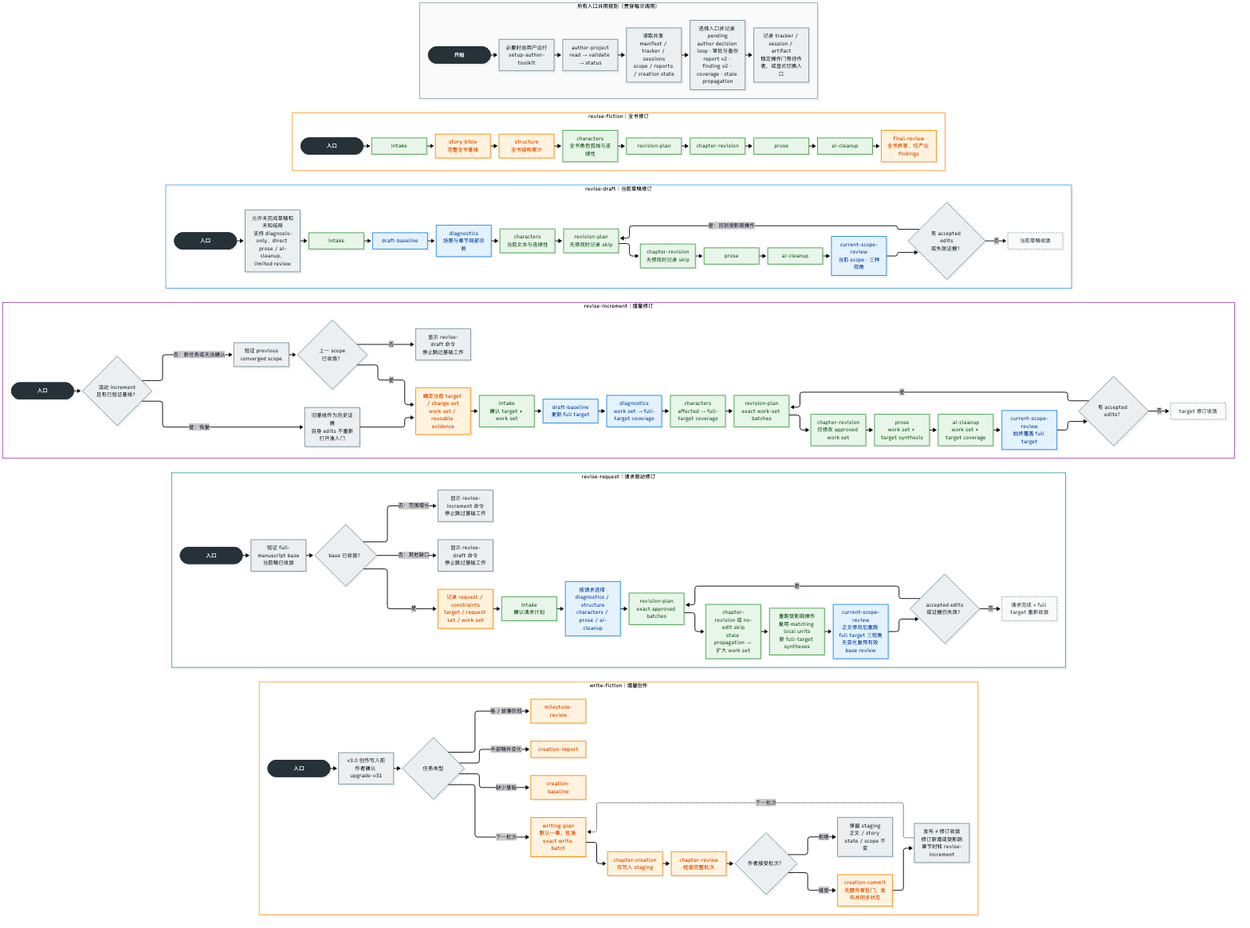
Above: docs/five-entry-flows.png in shengchen1998/author-toolkit (Mermaid), before the change. Its source is kept beside it as docs/five-entry-flows.mmd.
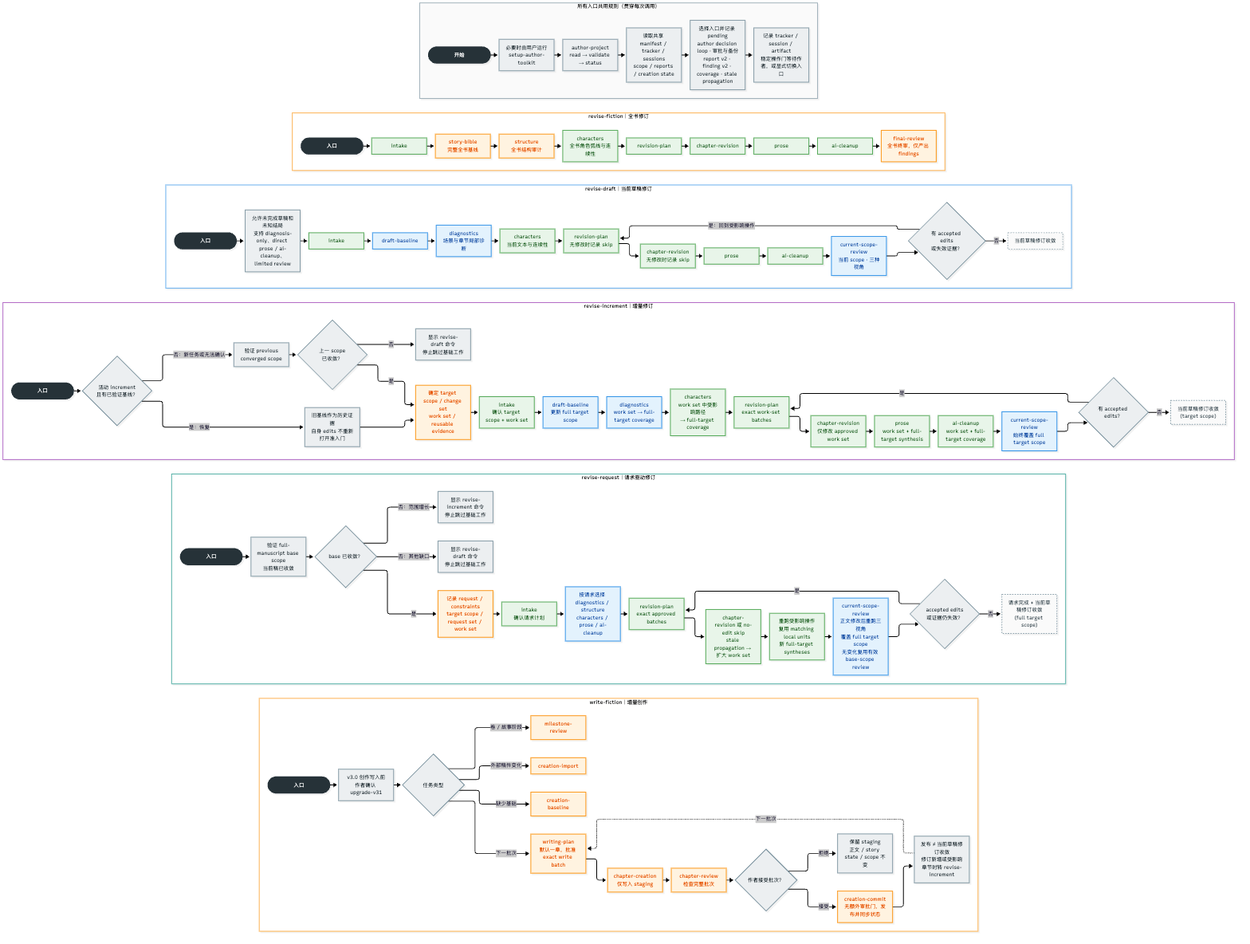
The same diagram one commit later.

Diff of the diagram source:
```diff
@@ -35,7 +35,7 @@
     RD8 --> RD9["current-scope-review<br/>当前 scope · 三种视角"]
     RD9 --> RDC{"有 accepted edits<br/>或失效证据？"}
     RDC -->|是：回到受影响操作| RD5
-    RDC -->|否| RDDONE["当前草稿收敛"]
+    RDC -->|否| RDDONE["当前草稿修订收敛"]
   end
 
   subgraph RI["revise-increment｜增量修订"]
@@ -46,37 +46,37 @@
     RISTATE -->|否：新任务或无法确认| RIV["验证 previous<br/>converged scope"]
     RIV --> RIBASE{"上一 scope<br/>已收敛？"}
     RIBASE -->|否| RISTOP["显示 revise-draft 命令<br/>停止跳过基础工作"]
-    RIBASE -->|是| RI1["确定当前 target / change set<br/>work set / reusable evidence"]
-    RI1 --> RI2["intake<br/>确认 target + work set"]
-    RI2 --> RI3["draft-baseline<br/>更新 full target"]
+    RIBASE -->|是| RI1["确定 target scope / change set<br/>work set / reusable evidence"]
+    RI1 --> RI2["intake<br/>确认 target scope + work set"]
+    RI2 --> RI3["draft-baseline<br/>更新 full target scope"]
     RI3 --> RI4["diagnostics<br/>work set → full-target coverage"]
-    RI4 --> RI5["characters<br/>affected → full-target coverage"]
+    RI4 --> RI5["characters<br/>work set 中受影响路径<br/>→ full-target coverage"]
     RI5 --> RI6["revision-plan<br/>exact work-set batches"]
     RI6 --> RI7["chapter-revision<br/>仅修改 approved work set"]
-    RI7 --> RI8["prose<br/>work set + target synthesis"]
-    RI8 --> RI9["ai-cleanup<br/>work set + target coverage"]
-    RI9 --> RI10["current-scope-review<br/>始终覆盖 full target"]
+    RI7 --> RI8["prose<br/>work set + full-target synthesis"]
+    RI8 --> RI9["ai-cleanup<br/>work set + full-target coverage"]
+    RI9 --> RI10["current-scope-review<br/>始终覆盖 full target scope"]
     RI10 --> RIC{"有 accepted edits？"}
     RIC -->|是| RI6
-    RIC -->|否| RIDONE["target 修订收敛"]
+    RIC -->|否| RIDONE["当前草稿修订收敛<br/>(target scope)"]
   end
 
   subgraph RR["revise-request｜请求驱动修订"]
     direction LR
-    RR0([入口]) --> RRV["验证 full-manuscript base<br/>当前稿已收敛"]
+    RR0([入口]) --> RRV["验证 full-manuscript base scope<br/>当前稿已收敛"]
     RRV --> RRBASE{"base 已收敛？"}
     RRBASE -->|否：范围增长| RRISTOP["显示 revise-increment 命令<br/>停止跳过基础工作"]
     RRBASE -->|否：其他缺口| RRDSTOP["显示 revise-draft 命令<br/>停止跳过基础工作"]
-    RRBASE -->|是| RR1["记录 request / constraints<br/>target / request set / work set"]
+    RRBASE -->|是| RR1["记录 request / constraints<br/>target scope / request set / work set"]
     RR1 --> RR2["intake<br/>确认请求计划"]
     RR2 --> RR3["按请求选择 diagnostics / structure<br/>characters / prose / ai-cleanup"]
     RR3 --> RR4["revision-plan<br/>exact approved batches"]
     RR4 --> RR5["chapter-revision 或 no-edit skip<br/>stale propagation → 扩大 work set"]
     RR5 --> RR6["重跑受影响操作<br/>复用 matching local units<br/>新 full-target syntheses"]
-    RR6 --> RR7["current-scope-review<br/>正文修改后重跑 full target 三视角<br/>无变化复用有效 base review"]
+    RR6 --> RR7["current-scope-review<br/>正文修改后重跑三视角<br/>覆盖 full target scope<br/>无变化复用有效 base-scope review"]
     RR7 --> RRC{"accepted edits<br/>或证据仍失效？"}
     RRC -->|是| RR4
-    RRC -->|否| RRDONE["请求完成 + full target 重新收敛"]
+    RRC -->|否| RRDONE["请求完成 + 当前草稿修订收敛<br/>(full target scope)"]
   end
 
   subgraph WF["write-fiction｜增量创作"]
@@ -92,7 +92,7 @@
     WF6 --> WFA{"作者接受批次？"}
     WFA -->|拒绝| WFR["保留 staging<br/>正文 / story state / scope 不变"]
     WFA -->|接受| WF7["creation-commit<br/>无额外审批门，发布并同步状态"]
-    WF7 --> WF8["发布 ≠ 修订收敛<br/>修订新增或受影响章节时转 revise-increment"]
+    WF7 --> WF8["发布 ≠ 当前草稿修订收敛<br/>修订新增或受影响章节时转 revise-increment"]
     WF8 -.->|下一批次| WF4
   end
 
```
